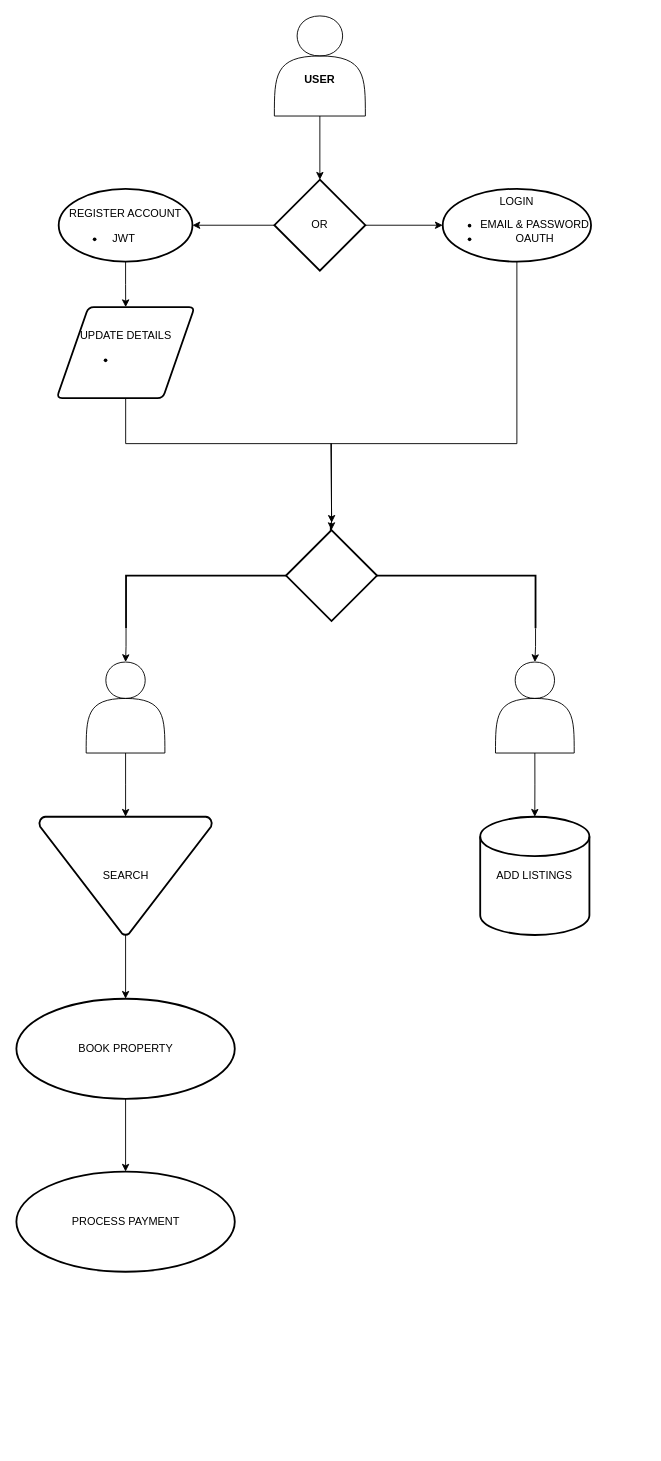
Before: Untitled Diagram.drawio in Magma4/alx-airbnb-project-documentation, a draw.io diagram. Source tidied: cells renumbered, new cells numbered last; positions are measured from the earlier drawing's top-left corner, leaving out a move shared by most shapes. Both pictures are drawn from the tidied source at 91%, with x=0, y=0 at pixel (16, 15).
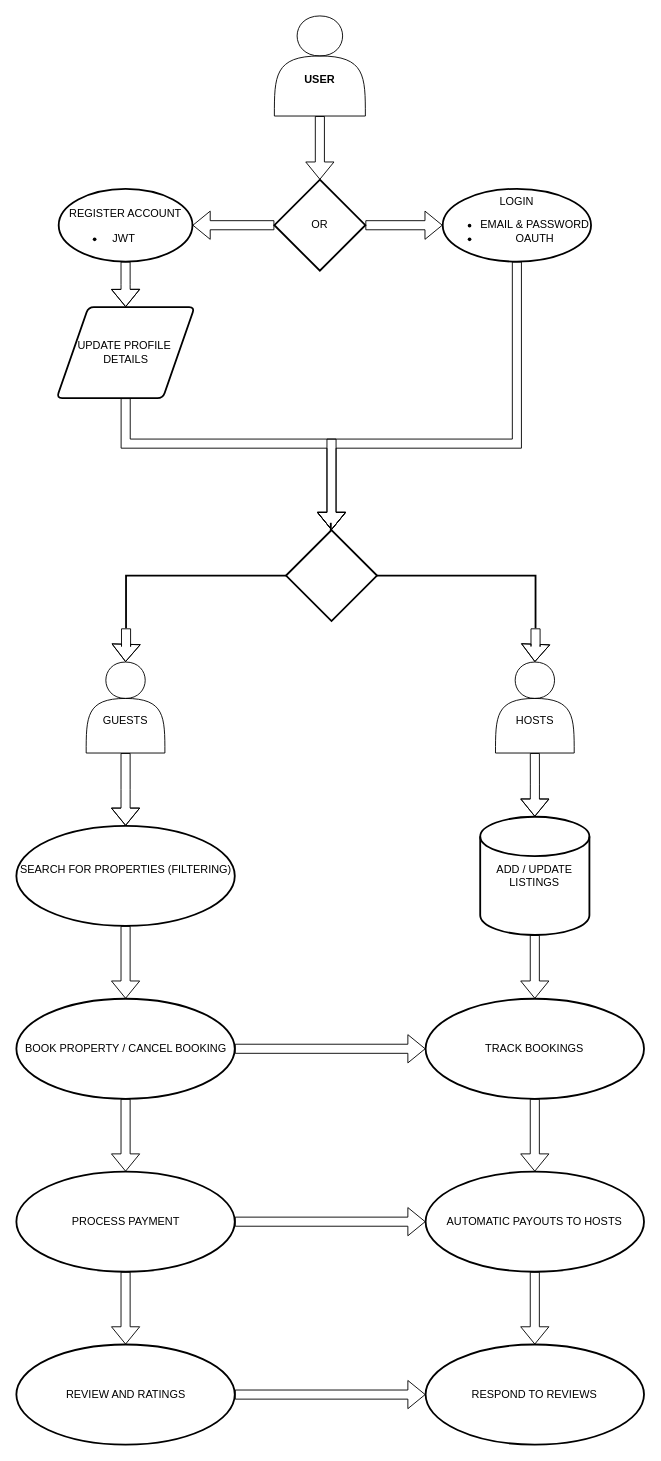
After the change.

Unchanged cells that the change refers to:
```xml
<mxCell id="3" value="&lt;div&gt;&lt;br&gt;&lt;/div&gt;&lt;div&gt;&lt;br&gt;&lt;/div&gt;&lt;div&gt;&lt;b&gt;USER&lt;/b&gt;&lt;/div&gt;" style="shape=actor;whiteSpace=wrap;html=1;" parent="1" vertex="1">
  <mxGeometry x="283" width="100" height="110" as="geometry" />
</mxCell>
<mxCell id="6" value="OR" style="strokeWidth=2;html=1;shape=mxgraph.flowchart.decision;whiteSpace=wrap;" parent="1" vertex="1">
  <mxGeometry x="283" y="180" width="100" height="100" as="geometry" />
</mxCell>
<mxCell id="8" value="&lt;div&gt;&lt;br&gt;&lt;/div&gt;REGISTER ACCOUNT&lt;div&gt;&lt;ul&gt;&lt;li&gt;&lt;span style=&quot;background-color: initial;&quot;&gt;JWT&amp;nbsp; &amp;nbsp; &amp;nbsp; &amp;nbsp; &amp;nbsp; &amp;nbsp; &amp;nbsp;&lt;/span&gt;&lt;/li&gt;&lt;/ul&gt;&lt;/div&gt;" style="ellipse;whiteSpace=wrap;html=1;strokeWidth=2;" parent="1" vertex="1">
  <mxGeometry x="46" y="190" width="147" height="80" as="geometry" />
</mxCell>
<mxCell id="9" value="LOGIN&lt;div&gt;&lt;ul&gt;&lt;li&gt;EMAIL &amp;amp; PASSWORD&lt;/li&gt;&lt;li&gt;OAUTH&lt;/li&gt;&lt;/ul&gt;&lt;/div&gt;" style="ellipse;whiteSpace=wrap;html=1;strokeWidth=2;" parent="1" vertex="1">
  <mxGeometry x="468" y="190" width="163" height="80" as="geometry" />
</mxCell>
<mxCell id="16" value="PROCESS PAYMENT" style="ellipse;whiteSpace=wrap;html=1;strokeWidth=2;" parent="1" vertex="1">
  <mxGeometry x="-0.5" y="1270" width="240" height="110" as="geometry" />
</mxCell>
<mxCell id="20" style="strokeWidth=2;html=1;shape=mxgraph.flowchart.annotation_2;align=left;labelPosition=right;rotation=90;" parent="1" vertex="1">
  <mxGeometry x="287" y="390" width="116" height="450" as="geometry" />
</mxCell>
<mxCell id="21" style="strokeWidth=2;html=1;shape=mxgraph.flowchart.decision;whiteSpace=wrap;" parent="1" vertex="1">
  <mxGeometry x="295.8" y="565" width="100" height="100" as="geometry" />
</mxCell>
```

The edit, as a diff of the source:
```diff
@@
-    <mxCell id="2" style="edgeStyle=orthogonalEdgeStyle;rounded=0;jettySize=auto;html=1;" parent="1" edge="1" source="3" target="6">
+    <mxCell id="2" style="edgeStyle=orthogonalEdgeStyle;rounded=0;jettySize=auto;html=1;shape=flexArrow;" parent="1" edge="1" source="3" target="6">
       <mxGeometry relative="1" as="geometry" />
     </mxCell>
@@
-    <mxCell id="4" style="edgeStyle=orthogonalEdgeStyle;rounded=0;jettySize=auto;html=1;" parent="1" edge="1" source="6" target="8">
+    <mxCell id="4" style="edgeStyle=orthogonalEdgeStyle;rounded=0;jettySize=auto;html=1;shape=flexArrow;" parent="1" edge="1" source="6" target="8">
       <mxGeometry relative="1" as="geometry" />
     </mxCell>
-    <mxCell id="5" style="edgeStyle=orthogonalEdgeStyle;rounded=0;jettySize=auto;html=1;" parent="1" edge="1" source="6" target="9">
+    <mxCell id="5" style="edgeStyle=orthogonalEdgeStyle;rounded=0;jettySize=auto;html=1;shape=flexArrow;" parent="1" edge="1" source="6" target="9">
       <mxGeometry relative="1" as="geometry" />
     </mxCell>
@@
-    <mxCell id="7" style="edgeStyle=orthogonalEdgeStyle;rounded=0;jettySize=auto;html=1;" parent="1" edge="1" source="8" target="11">
+    <mxCell id="7" style="edgeStyle=orthogonalEdgeStyle;rounded=0;jettySize=auto;html=1;shape=flexArrow;" parent="1" edge="1" source="8" target="11">
       <mxGeometry relative="1" as="geometry" />
     </mxCell>
@@
-    <mxCell id="10" style="edgeStyle=orthogonalEdgeStyle;rounded=0;jettySize=auto;html=1;" parent="1" edge="1" source="11" target="21">
+    <mxCell id="10" style="edgeStyle=orthogonalEdgeStyle;rounded=0;jettySize=auto;html=1;shape=flexArrow;" parent="1" edge="1" source="11" target="21">
       <mxGeometry relative="1" as="geometry">
         <Array as="points">
           <mxPoint x="120" y="470" />
         </Array>
       </mxGeometry>
     </mxCell>
-    <mxCell id="11" value="UPDATE DETAILS&lt;div&gt;&lt;ul&gt;&lt;li&gt;&lt;br&gt;&lt;/li&gt;&lt;/ul&gt;&lt;/div&gt;" style="shape=parallelogram;html=1;strokeWidth=2;perimeter=parallelogramPerimeter;whiteSpace=wrap;rounded=1;arcSize=12;size=0.23;" parent="1" vertex="1">
+    <mxCell id="11" value="UPDATE PROFILE&amp;nbsp;&lt;div&gt;DETAILS&lt;/div&gt;" style="shape=parallelogram;html=1;strokeWidth=2;perimeter=parallelogramPerimeter;whiteSpace=wrap;rounded=1;arcSize=12;size=0.23;" parent="1" vertex="1">
       <mxGeometry x="43.8" y="320" width="151.5" height="100" as="geometry" />
     </mxCell>
-    <mxCell id="12" style="edgeStyle=orthogonalEdgeStyle;rounded=0;jettySize=auto;html=1;exitX=0.5;exitY=1;exitDx=0;exitDy=0;exitPerimeter=0;entryX=0.5;entryY=0;entryDx=0;entryDy=0;" parent="1" edge="1" source="13" target="15">
+    <mxCell id="12" style="edgeStyle=orthogonalEdgeStyle;rounded=0;jettySize=auto;html=1;exitX=0.5;exitY=1;exitDx=0;exitDy=0;entryX=0.5;entryY=0;entryDx=0;entryDy=0;shape=flexArrow;" parent="1" edge="1" source="33" target="15">
       <mxGeometry relative="1" as="geometry" />
     </mxCell>
-    <mxCell id="13" value="SEARCH" style="strokeWidth=2;html=1;shape=mxgraph.flowchart.merge_or_storage;whiteSpace=wrap;" parent="1" vertex="1">
-      <mxGeometry x="24.5" y="880" width="190" height="130" as="geometry" />
-    </mxCell>
-    <mxCell id="14" style="edgeStyle=orthogonalEdgeStyle;rounded=0;jettySize=auto;html=1;" parent="1" edge="1" source="15" target="16">
+    <mxCell id="14" style="edgeStyle=orthogonalEdgeStyle;rounded=0;jettySize=auto;html=1;shape=flexArrow;" parent="1" edge="1" source="15" target="16">
       <mxGeometry relative="1" as="geometry" />
     </mxCell>
+    <mxCell id="27" style="edgeStyle=orthogonalEdgeStyle;rounded=0;jettySize=auto;html=1;shape=flexArrow;" parent="1" edge="1" source="15" target="35">
+      <mxGeometry relative="1" as="geometry" />
+    </mxCell>
-    <mxCell id="15" value="BOOK PROPERTY" style="ellipse;whiteSpace=wrap;html=1;strokeWidth=2;" parent="1" vertex="1">
+    <mxCell id="15" value="BOOK PROPERTY / CANCEL BOOKING" style="ellipse;whiteSpace=wrap;html=1;strokeWidth=2;" parent="1" vertex="1">
       <mxGeometry x="-0.5" y="1080" width="240" height="110" as="geometry" />
     </mxCell>
+    <mxCell id="28" style="edgeStyle=orthogonalEdgeStyle;rounded=0;jettySize=auto;html=1;shape=flexArrow;" parent="1" edge="1" source="16" target="32">
+      <mxGeometry relative="1" as="geometry" />
+    </mxCell>
+    <mxCell id="29" style="edgeStyle=orthogonalEdgeStyle;rounded=0;jettySize=auto;html=1;exitX=1;exitY=0.5;exitDx=0;exitDy=0;entryX=0;entryY=0.5;entryDx=0;entryDy=0;shape=flexArrow;" parent="1" edge="1" source="16" target="37">
+      <mxGeometry relative="1" as="geometry" />
+    </mxCell>
@@
+    <mxCell id="30" style="edgeStyle=orthogonalEdgeStyle;rounded=0;jettySize=auto;html=1;exitX=0.5;exitY=1;exitDx=0;exitDy=0;exitPerimeter=0;entryX=0.5;entryY=0;entryDx=0;entryDy=0;shape=flexArrow;" parent="1" edge="1" source="17" target="35">
+      <mxGeometry relative="1" as="geometry" />
+    </mxCell>
-    <mxCell id="17" value="ADD LISTINGS" style="strokeWidth=2;html=1;shape=mxgraph.flowchart.database;whiteSpace=wrap;" parent="1" vertex="1">
+    <mxCell id="17" value="ADD / UPDATE LISTINGS" style="strokeWidth=2;html=1;shape=mxgraph.flowchart.database;whiteSpace=wrap;" parent="1" vertex="1">
       <mxGeometry x="509.2" y="880" width="120" height="130" as="geometry" />
     </mxCell>
-    <mxCell id="18" style="edgeStyle=orthogonalEdgeStyle;rounded=0;jettySize=auto;html=1;exitX=1;exitY=1;exitDx=0;exitDy=0;exitPerimeter=0;" parent="1" edge="1" source="20" target="24">
+    <mxCell id="18" style="edgeStyle=orthogonalEdgeStyle;rounded=0;jettySize=auto;html=1;exitX=1;exitY=1;exitDx=0;exitDy=0;exitPerimeter=0;shape=flexArrow;" parent="1" edge="1" source="20" target="24">
       <mxGeometry relative="1" as="geometry" />
     </mxCell>
-    <mxCell id="19" style="edgeStyle=orthogonalEdgeStyle;rounded=0;jettySize=auto;html=1;exitX=1;exitY=0;exitDx=0;exitDy=0;exitPerimeter=0;" parent="1" edge="1" source="20" target="25">
+    <mxCell id="19" style="edgeStyle=orthogonalEdgeStyle;rounded=0;jettySize=auto;html=1;exitX=1;exitY=0;exitDx=0;exitDy=0;exitPerimeter=0;shape=flexArrow;" parent="1" edge="1" source="20" target="25">
       <mxGeometry relative="1" as="geometry" />
     </mxCell>
@@
-    <mxCell id="22" style="edgeStyle=orthogonalEdgeStyle;rounded=0;jettySize=auto;html=1;" parent="1" edge="1" source="9">
+    <mxCell id="22" style="edgeStyle=orthogonalEdgeStyle;rounded=0;jettySize=auto;html=1;entryX=0.5;entryY=0;entryDx=0;entryDy=0;entryPerimeter=0;shape=flexArrow;" parent="1" edge="1" source="9" target="21">
       <mxGeometry relative="1" as="geometry">
-        <mxPoint x="346" y="557" as="targetPoint" />
         <Array as="points">
           <mxPoint x="550" y="470" />
-          <mxPoint x="345" y="470" />
+          <mxPoint x="346" y="470" />
         </Array>
       </mxGeometry>
     </mxCell>
-    <mxCell id="23" style="edgeStyle=orthogonalEdgeStyle;rounded=0;jettySize=auto;html=1;" parent="1" edge="1" source="24" target="13">
+    <mxCell id="23" style="edgeStyle=orthogonalEdgeStyle;rounded=0;jettySize=auto;html=1;entryX=0.5;entryY=0;entryDx=0;entryDy=0;shape=flexArrow;" parent="1" edge="1" source="24" target="33">
       <mxGeometry relative="1" as="geometry" />
     </mxCell>
-    <mxCell id="24" style="shape=actor;whiteSpace=wrap;html=1;" parent="1" vertex="1">
+    <mxCell id="24" value="&lt;div&gt;&lt;br&gt;&lt;/div&gt;&lt;div&gt;&lt;br&gt;&lt;/div&gt;&lt;div&gt;GUESTS&lt;/div&gt;" style="shape=actor;whiteSpace=wrap;html=1;" parent="1" vertex="1">
       <mxGeometry x="76.2" y="710" width="86.5" height="100" as="geometry" />
     </mxCell>
-    <mxCell id="25" style="shape=actor;whiteSpace=wrap;html=1;" parent="1" vertex="1">
+    <mxCell id="25" value="&lt;div&gt;&lt;br&gt;&lt;/div&gt;&lt;div&gt;&lt;br&gt;&lt;/div&gt;&lt;div&gt;HOSTS&lt;/div&gt;" style="shape=actor;whiteSpace=wrap;html=1;" parent="1" vertex="1">
       <mxGeometry x="526" y="710" width="86.5" height="100" as="geometry" />
     </mxCell>
-    <mxCell id="26" style="edgeStyle=orthogonalEdgeStyle;rounded=0;jettySize=auto;html=1;exitX=0.5;exitY=1;exitDx=0;exitDy=0;entryX=0.5;entryY=0;entryDx=0;entryDy=0;entryPerimeter=0;" parent="1" edge="1" source="25" target="17">
+    <mxCell id="26" style="edgeStyle=orthogonalEdgeStyle;rounded=0;jettySize=auto;html=1;exitX=0.5;exitY=1;exitDx=0;exitDy=0;entryX=0.5;entryY=0;entryDx=0;entryDy=0;entryPerimeter=0;shape=flexArrow;" parent="1" edge="1" source="25" target="17">
       <mxGeometry relative="1" as="geometry" />
     </mxCell>
+    <mxCell id="31" style="edgeStyle=orthogonalEdgeStyle;rounded=0;jettySize=auto;html=1;exitX=1;exitY=0.5;exitDx=0;exitDy=0;entryX=0;entryY=0.5;entryDx=0;entryDy=0;shape=flexArrow;" parent="1" edge="1" source="32" target="38">
+      <mxGeometry relative="1" as="geometry" />
+    </mxCell>
+    <mxCell id="32" value="REVIEW AND RATINGS" style="ellipse;whiteSpace=wrap;html=1;strokeWidth=2;" parent="1" vertex="1">
+      <mxGeometry x="-0.5" y="1460" width="240" height="110" as="geometry" />
+    </mxCell>
+    <mxCell id="33" value="&lt;br&gt;&lt;br&gt;&lt;div&gt;&lt;br&gt;&lt;/div&gt;&lt;div&gt;SEARCH FOR&amp;nbsp;&lt;span style=&quot;background-color: initial;&quot;&gt;PROPERTIES&lt;/span&gt;&lt;span style=&quot;background-color: initial;&quot;&gt;&amp;nbsp;(FILTERING)&lt;/span&gt;&lt;div style=&quot;forced-color-adjust: none;&quot;&gt;&lt;br style=&quot;forced-color-adjust: none;&quot;&gt;&lt;/div&gt;&lt;div style=&quot;forced-color-adjust: none;&quot;&gt;&lt;br style=&quot;forced-color-adjust: none; color: rgb(0, 0, 0); font-family: Helvetica; font-size: 12px; font-style: normal; font-variant-ligatures: normal; font-variant-caps: normal; font-weight: 400; letter-spacing: normal; orphans: 2; text-align: center; text-indent: 0px; text-transform: none; widows: 2; word-spacing: 0px; -webkit-text-stroke-width: 0px; white-space: normal; background-color: rgb(251, 251, 251); text-decoration-thickness: initial; text-decoration-style: initial; text-decoration-color: initial;&quot;&gt;&lt;br&gt;&lt;br&gt;&lt;/div&gt;&lt;/div&gt;" style="ellipse;whiteSpace=wrap;html=1;strokeWidth=2;" parent="1" vertex="1">
+      <mxGeometry x="-0.5" y="890" width="240" height="110" as="geometry" />
+    </mxCell>
+    <mxCell id="34" style="edgeStyle=orthogonalEdgeStyle;rounded=0;jettySize=auto;html=1;shape=flexArrow;" parent="1" edge="1" source="35" target="37">
+      <mxGeometry relative="1" as="geometry" />
+    </mxCell>
+    <mxCell id="35" value="TRACK BOOKINGS" style="ellipse;whiteSpace=wrap;html=1;strokeWidth=2;" parent="1" vertex="1">
+      <mxGeometry x="449.2" y="1080" width="240" height="110" as="geometry" />
+    </mxCell>
+    <mxCell id="36" style="edgeStyle=orthogonalEdgeStyle;rounded=0;jettySize=auto;html=1;shape=flexArrow;" parent="1" edge="1" source="37" target="38">
+      <mxGeometry relative="1" as="geometry" />
+    </mxCell>
+    <mxCell id="37" value="AUTOMATIC PAYOUTS TO HOSTS" style="ellipse;whiteSpace=wrap;html=1;strokeWidth=2;" parent="1" vertex="1">
+      <mxGeometry x="449.2" y="1270" width="240" height="110" as="geometry" />
+    </mxCell>
+    <mxCell id="38" value="RESPOND TO REVIEWS" style="ellipse;whiteSpace=wrap;html=1;strokeWidth=2;" parent="1" vertex="1">
+      <mxGeometry x="449.2" y="1460" width="240" height="110" as="geometry" />
+    </mxCell>
```
